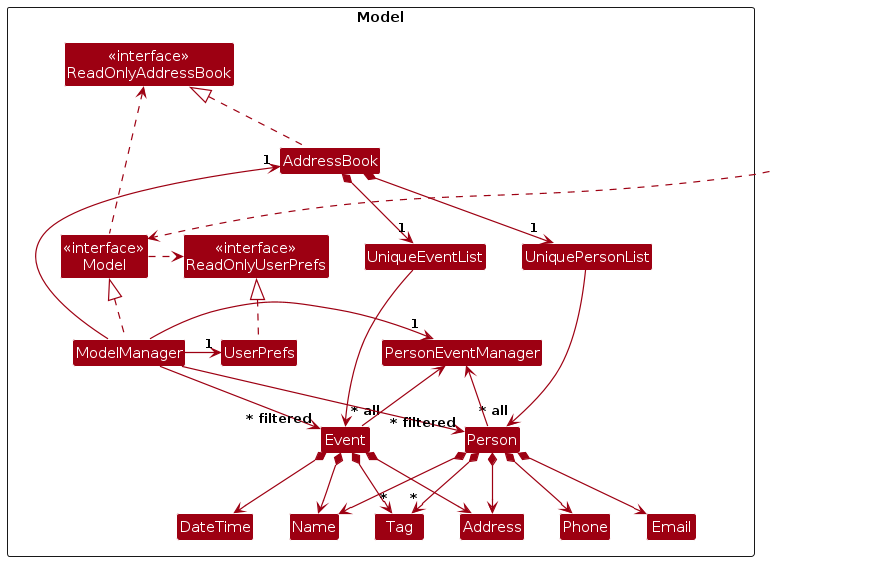
Before: diagrams/ModelClassDiagram.png, a diagram exported from PlantUML (FriedCabbageSalad/tp). Its source is kept beside it as diagrams/ModelClassDiagram.puml.
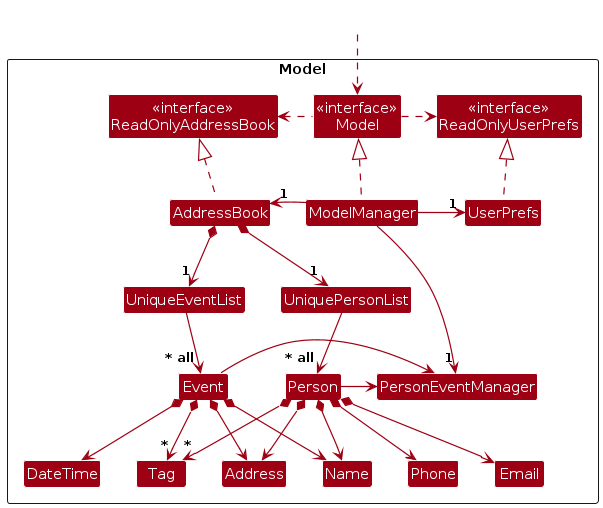
The same file after the commit.

Diff of the diagram source:
```diff
@@ -28,43 +28,41 @@
 }
 
 Class HiddenOutside #FFFFFF
-HiddenOutside ..> Model
+HiddenOutside .down.> Model
 
+Model .right.> ReadOnlyUserPrefs
+Model .left.> ReadOnlyAddressBook
+
+ModelManager -[hidden]-> AddressBook
+ModelManager -left-> "1" AddressBook
+ModelManager -right-> "1" UserPrefs
+ModelManager -down-> "1" PersonEventManager
+
+ModelManager .up.|> Model
+UserPrefs .up.|> ReadOnlyUserPrefs
 AddressBook .up.|> ReadOnlyAddressBook
 
-ModelManager .up.|> Model
-Model .right.> ReadOnlyUserPrefs
-Model .left.> ReadOnlyAddressBook
-ModelManager -left-> "1" AddressBook
-ModelManager -right-> "1" UserPrefs
-ModelManager -right-> "1" PersonEventManager
-UserPrefs .up.|> ReadOnlyUserPrefs
-
-AddressBook *--> "1" UniquePersonList
-UniquePersonList --> "~* all" Person
+AddressBook *-down-> "1" UniquePersonList
+UniquePersonList -down-> "~* all" Person
 Person *--> Name
 Person *--> Phone
 Person *--> Email
 Person *--> Address
 Person *--> "*" Tag
 
-AddressBook *--> "1" UniqueEventList
-UniqueEventList --> "~* all" Event
+AddressBook *-down-> "1" UniqueEventList
+UniqueEventList -down-> "~* all" Event
 Event *--> Name
 Event *--> Address
 Event *--> DateTime
 Event *--> "*" Tag
 
-Person -[hidden]up--> I
-UniquePersonList -[hidden]right-> I
 
 Name -[hidden]right-> Phone
 Phone -[hidden]right-> Address
 Address -[hidden]right-> Email
 
-ModelManager --> "~* filtered" Person
-ModelManager --> "~* filtered" Event
 
-PersonEventManager <-- Person
-PersonEventManager <-- Event
+PersonEventManager <-left- Person
+PersonEventManager <-right- Event
 @enduml
```
